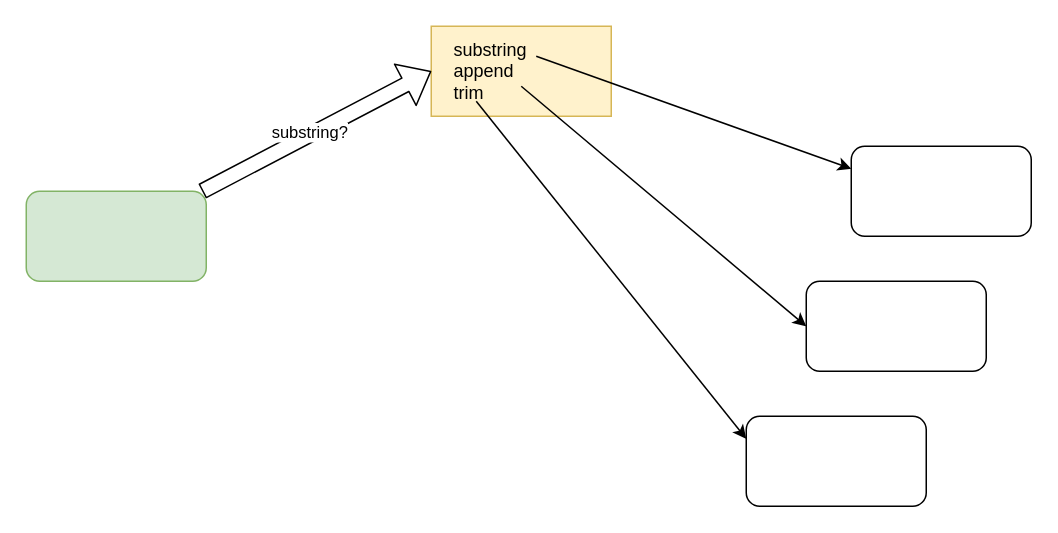
Earlier version of the draw.io diagram page "paginas amarelas" (4 of 8) of docs/drawings/rpc.drawio (lasarojc/ds_notes). Source tidied: cells renumbered, new cells numbered last; positions are measured from the earlier drawing's top-left corner, leaving out a move shared by most shapes. Both pictures are drawn from the tidied source at 150%, with x=0, y=0 at pixel (26, 26).
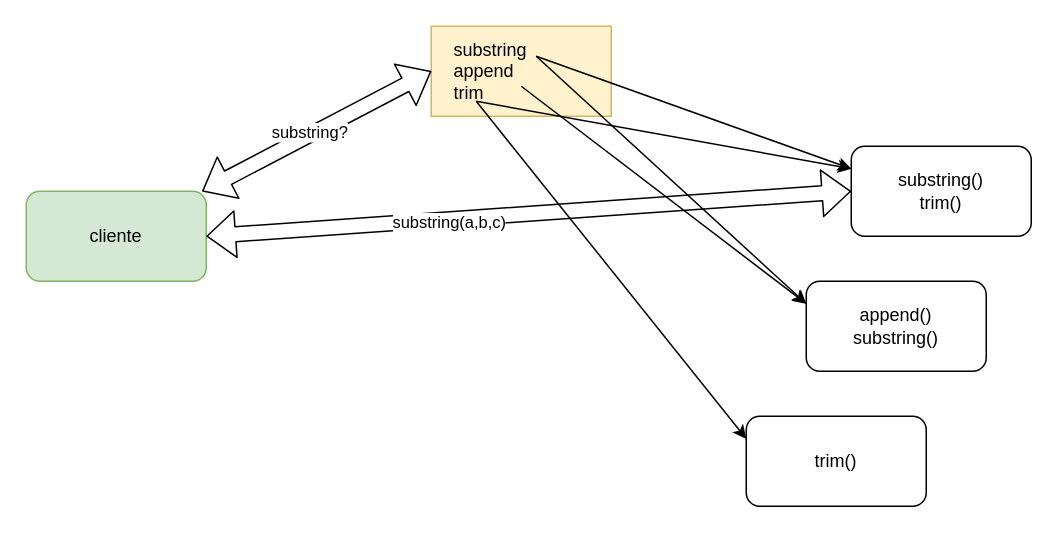
Above is the later version.

The edit, as a diff of the source:
```diff
@@
 <mxGraphModel>
   <root>
     <mxCell id="0" />
     <mxCell id="1" parent="0" />
     <mxCell id="2" value="&amp;nbsp; &amp;nbsp; substring&lt;br&gt;&amp;nbsp; &amp;nbsp; append&lt;br&gt;&lt;div&gt;&lt;span&gt;&amp;nbsp; &amp;nbsp; trim&lt;/span&gt;&lt;/div&gt;" style="rounded=0;whiteSpace=wrap;html=1;align=left;fillColor=#fff2cc;strokeColor=#d6b656;" parent="1" vertex="1">
       <mxGeometry x="270" width="120" height="60" as="geometry" />
     </mxCell>
-    <mxCell id="3" style="rounded=1;whiteSpace=wrap;html=1;align=center;fillColor=#d5e8d4;strokeColor=#82b366;" parent="1" vertex="1">
+    <mxCell id="3" value="cliente" style="rounded=1;whiteSpace=wrap;html=1;align=center;fillColor=#d5e8d4;strokeColor=#82b366;" parent="1" vertex="1">
       <mxGeometry y="110" width="120" height="60" as="geometry" />
     </mxCell>
-    <mxCell id="4" style="rounded=1;whiteSpace=wrap;html=1;fontColor=#000000;align=center;" parent="1" vertex="1">
+    <mxCell id="4" value="trim()" style="rounded=1;whiteSpace=wrap;html=1;fontColor=#000000;align=center;" parent="1" vertex="1">
       <mxGeometry x="480" y="260" width="120" height="60" as="geometry" />
     </mxCell>
-    <mxCell id="5" style="rounded=1;whiteSpace=wrap;html=1;fontColor=#000000;align=center;" parent="1" vertex="1">
+    <mxCell id="5" value="append()&lt;br&gt;substring()" style="rounded=1;whiteSpace=wrap;html=1;fontColor=#000000;align=center;" parent="1" vertex="1">
       <mxGeometry x="520" y="170" width="120" height="60" as="geometry" />
     </mxCell>
-    <mxCell id="6" style="rounded=1;whiteSpace=wrap;html=1;fontColor=#000000;align=center;" parent="1" vertex="1">
+    <mxCell id="6" value="substring()&lt;br&gt;trim()" style="rounded=1;whiteSpace=wrap;html=1;fontColor=#000000;align=center;" parent="1" vertex="1">
       <mxGeometry x="550" y="80" width="120" height="60" as="geometry" />
     </mxCell>
     <mxCell id="7" style="endArrow=classic;html=1;fillColor=#A0B86D;fontColor=#000000;entryX=0;entryY=0.25;entryDx=0;entryDy=0;" parent="1" edge="1" target="6">
       <mxGeometry relative="1" as="geometry">
         <mxPoint x="340" y="20" as="sourcePoint" />
       </mxGeometry>
     </mxCell>
-    <mxCell id="8" style="endArrow=classic;html=1;fillColor=#A0B86D;fontColor=#000000;entryX=0;entryY=0.5;entryDx=0;entryDy=0;" parent="1" edge="1" target="5">
+    <mxCell id="8" style="endArrow=classic;html=1;fillColor=#A0B86D;fontColor=#000000;entryX=0;entryY=0.25;entryDx=0;entryDy=0;" parent="1" edge="1" target="5">
       <mxGeometry relative="1" as="geometry">
         <mxPoint x="330" y="40" as="sourcePoint" />
       </mxGeometry>
     </mxCell>
     <mxCell id="9" style="endArrow=classic;html=1;fillColor=#A0B86D;fontColor=#000000;entryX=0;entryY=0.25;entryDx=0;entryDy=0;" parent="1" edge="1" target="4">
       <mxGeometry relative="1" as="geometry">
         <mxPoint x="300" y="50" as="sourcePoint" />
       </mxGeometry>
     </mxCell>
-    <mxCell id="10" style="shape=flexArrow;endArrow=classic;html=1;fontColor=#000000;entryX=0;entryY=0.5;entryDx=0;entryDy=0;" parent="1" edge="1" source="3" target="2">
+    <mxCell id="10" style="shape=flexArrow;endArrow=classic;html=1;fontColor=#000000;entryX=0;entryY=0.5;entryDx=0;entryDy=0;startArrow=block;" parent="1" edge="1" source="3" target="2">
       <mxGeometry relative="1" as="geometry" />
     </mxCell>
     <mxCell id="11" value="substring?" style="edgeLabel;html=1;align=center;verticalAlign=middle;fontColor=#000000;" parent="10" vertex="1">
       <mxGeometry x="-0.06" y="2" relative="1" as="geometry" />
     </mxCell>
+    <mxCell id="12" style="shape=flexArrow;endArrow=classic;startArrow=classic;html=1;exitX=1;exitY=0.5;exitDx=0;exitDy=0;entryX=0;entryY=0.5;entryDx=0;entryDy=0;" parent="1" edge="1" source="3" target="6">
+      <mxGeometry relative="1" as="geometry" />
+    </mxCell>
+    <mxCell id="13" value="substring(a,b,c)" style="edgeLabel;html=1;align=center;verticalAlign=middle;" parent="12" vertex="1">
+      <mxGeometry x="-0.25" y="-2" relative="1" as="geometry" />
+    </mxCell>
+    <mxCell id="14" style="endArrow=classic;html=1;fillColor=#A0B86D;fontColor=#000000;entryX=0;entryY=0.25;entryDx=0;entryDy=0;" parent="1" edge="1" target="5">
+      <mxGeometry relative="1" as="geometry">
+        <mxPoint x="340" y="20" as="sourcePoint" />
+      </mxGeometry>
+    </mxCell>
+    <mxCell id="15" style="endArrow=classic;html=1;fillColor=#A0B86D;fontColor=#000000;entryX=0;entryY=0.25;entryDx=0;entryDy=0;" parent="1" edge="1" target="6">
+      <mxGeometry relative="1" as="geometry">
+        <mxPoint x="300" y="50" as="sourcePoint" />
+      </mxGeometry>
+    </mxCell>
   </root>
 </mxGraphModel>
```
